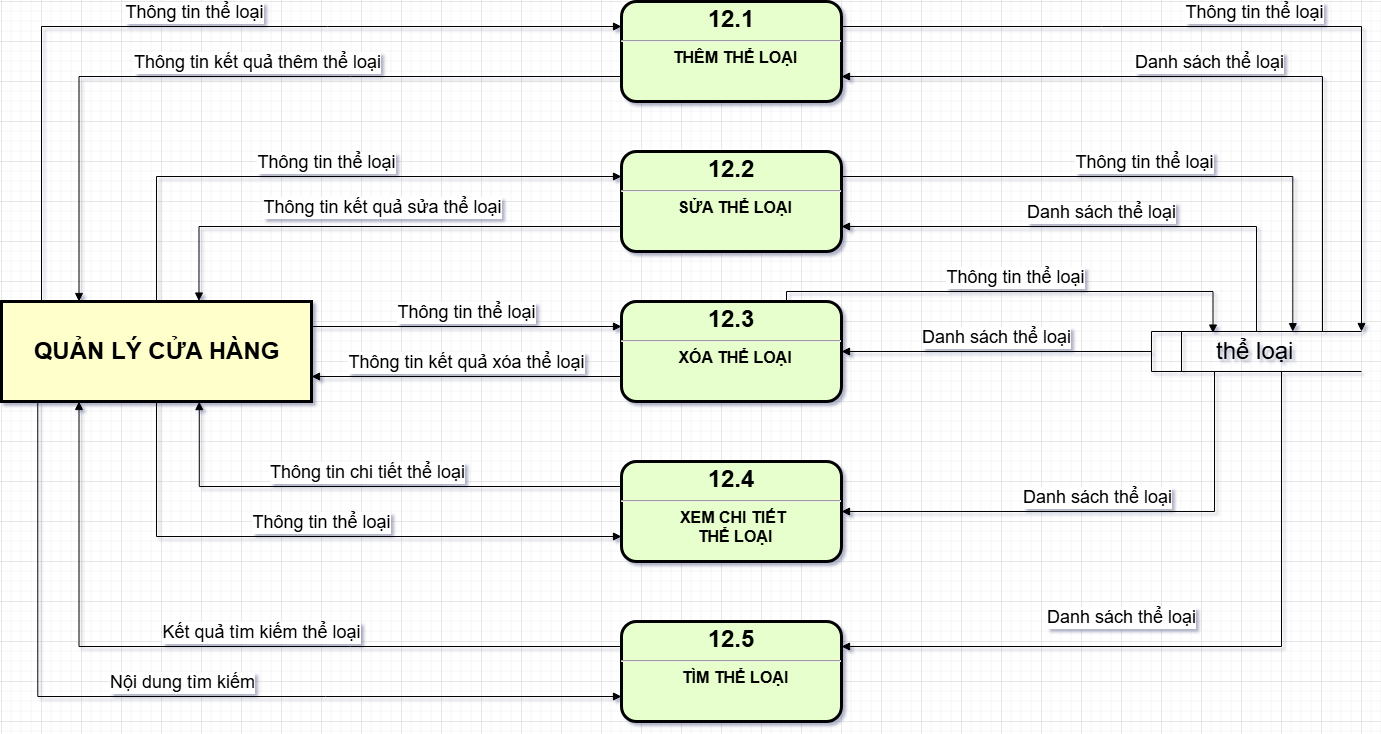
Earlier version of the draw.io export DFD/DFD_TL_2.drawio.png (phanvu1/PTTKHTTT). Source tidied: cells renumbered, new cells last; positions are measured from the earlier drawing's top-left corner, leaving out a move shared by most shapes.
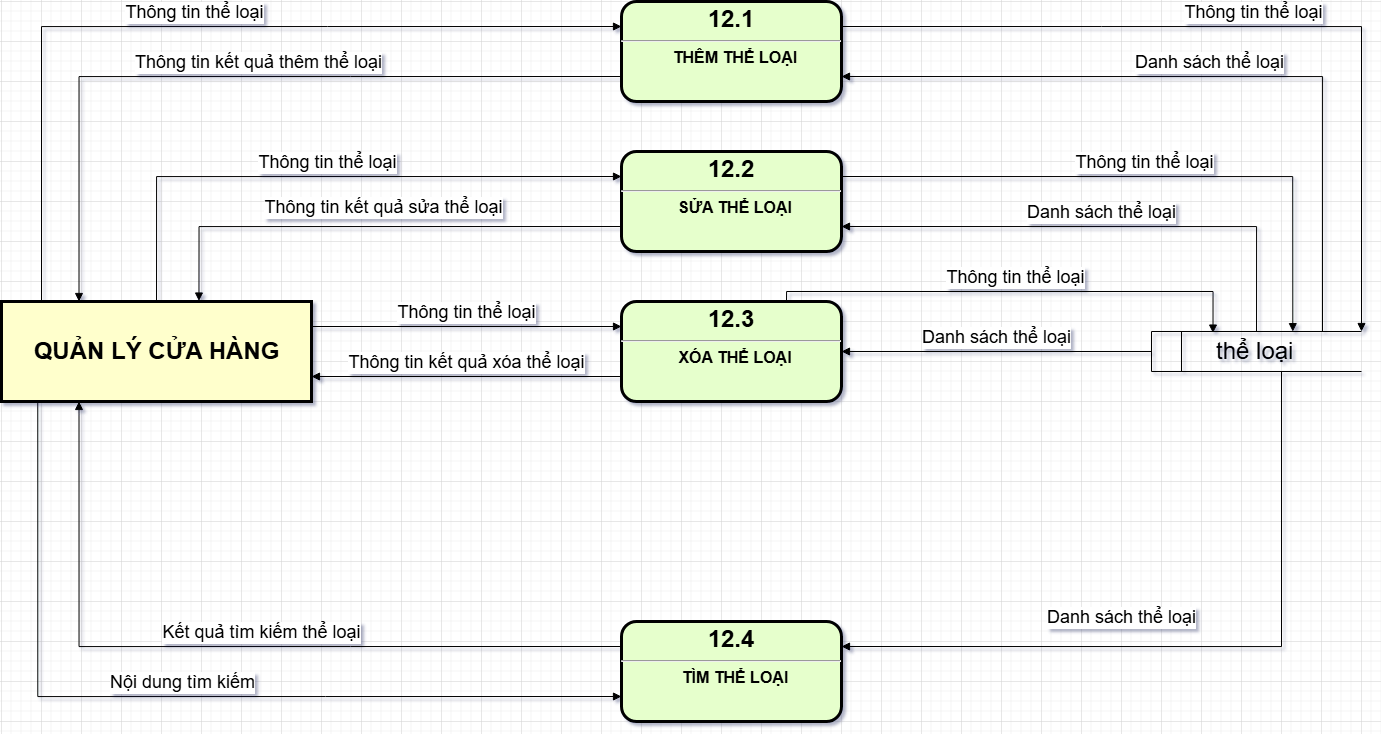
Later version of the same file.

What changed in the source:
```diff
@@ -34,10 +34,7 @@
     <mxCell id="10" value="&lt;p style=&quot;margin: 4px 0px 0px; text-align: center;&quot;&gt;&lt;span style=&quot;font-size: 24px;&quot;&gt;12.3&lt;/span&gt;&lt;/p&gt;&lt;hr&gt;&lt;p style=&quot;margin: 0px; margin-left: 8px;&quot;&gt;&lt;font size=&quot;3&quot;&gt;XÓA THỂ LOẠI&lt;/font&gt;&lt;/p&gt;" style="verticalAlign=middle;align=center;overflow=fill;fontSize=12;fontFamily=Helvetica;html=1;rounded=1;fontStyle=1;strokeWidth=3;fillColor=#E6FFCC;" parent="1" vertex="1">
       <mxGeometry x="620" y="300" width="220" height="100" as="geometry" />
     </mxCell>
-    <mxCell id="11" value="&lt;p style=&quot;margin: 4px 0px 0px; text-align: center;&quot;&gt;&lt;span style=&quot;font-size: 24px;&quot;&gt;12.4&lt;/span&gt;&lt;/p&gt;&lt;hr&gt;&lt;p style=&quot;margin: 0px; margin-left: 8px;&quot;&gt;&lt;font size=&quot;3&quot;&gt;XEM CHI TIẾT&amp;nbsp;&lt;/font&gt;&lt;/p&gt;&lt;p style=&quot;margin: 0px; margin-left: 8px;&quot;&gt;&lt;font size=&quot;3&quot;&gt;THỂ LOẠI&lt;/font&gt;&lt;/p&gt;" style="verticalAlign=middle;align=center;overflow=fill;fontSize=12;fontFamily=Helvetica;html=1;rounded=1;fontStyle=1;strokeWidth=3;fillColor=#E6FFCC;" parent="1" vertex="1">
-      <mxGeometry x="620" y="460" width="220" height="100" as="geometry" />
-    </mxCell>
-    <mxCell id="12" value="&lt;p style=&quot;margin: 4px 0px 0px; text-align: center;&quot;&gt;&lt;span style=&quot;font-size: 24px;&quot;&gt;12.5&lt;/span&gt;&lt;/p&gt;&lt;hr&gt;&lt;p style=&quot;margin: 0px; margin-left: 8px;&quot;&gt;&lt;font size=&quot;3&quot;&gt;TÌM THỂ LOẠI&lt;/font&gt;&lt;/p&gt;" style="verticalAlign=middle;align=center;overflow=fill;fontSize=12;fontFamily=Helvetica;html=1;rounded=1;fontStyle=1;strokeWidth=3;fillColor=#E6FFCC;" parent="1" vertex="1">
+    <mxCell id="12" value="&lt;p style=&quot;margin: 4px 0px 0px; text-align: center;&quot;&gt;&lt;span style=&quot;font-size: 24px;&quot;&gt;12.4&lt;/span&gt;&lt;/p&gt;&lt;hr&gt;&lt;p style=&quot;margin: 0px; margin-left: 8px;&quot;&gt;&lt;font size=&quot;3&quot;&gt;TÌM THỂ LOẠI&lt;/font&gt;&lt;/p&gt;" style="verticalAlign=middle;align=center;overflow=fill;fontSize=12;fontFamily=Helvetica;html=1;rounded=1;fontStyle=1;strokeWidth=3;fillColor=#E6FFCC;" parent="1" vertex="1">
       <mxGeometry x="620" y="620" width="220" height="100" as="geometry" />
     </mxCell>
     <mxCell id="13" value="&lt;font style=&quot;font-size: 18px;&quot;&gt;Thông tin thể loại&lt;/font&gt;" style="html=1;verticalAlign=bottom;endArrow=block;rounded=0;entryX=0;entryY=0.25;entryDx=0;entryDy=0;exitX=0.5;exitY=0;exitDx=0;exitDy=0;edgeStyle=orthogonalEdgeStyle;" parent="1" edge="1" source="4" target="9">
@@ -52,12 +49,6 @@
     <mxCell id="16" value="&lt;font style=&quot;font-size: 18px;&quot;&gt;Thông tin kết quả xóa thể loại&lt;/font&gt;" style="html=1;verticalAlign=bottom;endArrow=block;curved=0;rounded=0;entryX=1;entryY=0.75;entryDx=0;entryDy=0;exitX=0;exitY=0.75;exitDx=0;exitDy=0;" parent="1" edge="1" source="10" target="4">
       <mxGeometry relative="1" as="geometry" />
     </mxCell>
-    <mxCell id="17" value="&lt;font style=&quot;font-size: 18px;&quot;&gt;Thông tin thể loại&lt;/font&gt;" style="html=1;verticalAlign=bottom;endArrow=block;rounded=0;exitX=0.5;exitY=1;exitDx=0;exitDy=0;entryX=0;entryY=0.75;entryDx=0;entryDy=0;edgeStyle=orthogonalEdgeStyle;" parent="1" edge="1" source="4" target="11">
-      <mxGeometry relative="1" as="geometry" />
-    </mxCell>
-    <mxCell id="18" value="&lt;font style=&quot;font-size: 18px;&quot;&gt;Thông tin chi tiết thể loại&lt;/font&gt;" style="html=1;verticalAlign=bottom;endArrow=block;rounded=0;entryX=0.638;entryY=1.001;entryDx=0;entryDy=0;entryPerimeter=0;exitX=0;exitY=0.25;exitDx=0;exitDy=0;edgeStyle=orthogonalEdgeStyle;" parent="1" edge="1" source="11" target="4">
-      <mxGeometry relative="1" as="geometry" />
-    </mxCell>
     <mxCell id="19" value="&lt;font style=&quot;font-size: 18px;&quot;&gt;Kết quả tìm kiếm thể loại&lt;/font&gt;" style="html=1;verticalAlign=bottom;endArrow=block;rounded=0;entryX=0.25;entryY=1;entryDx=0;entryDy=0;exitX=0;exitY=0.25;exitDx=0;exitDy=0;edgeStyle=orthogonalEdgeStyle;" parent="1" edge="1" source="12" target="4">
       <mxGeometry x="-0.09" relative="1" as="geometry" />
     </mxCell>
@@ -96,14 +87,6 @@
     <mxCell id="26" value="&lt;span style=&quot;font-size: 18px;&quot;&gt;Danh sách thể loại&lt;/span&gt;" style="html=1;verticalAlign=bottom;endArrow=block;curved=0;rounded=0;entryX=1;entryY=0.5;entryDx=0;entryDy=0;exitX=0;exitY=0.5;exitDx=0;exitDy=0;" parent="1" edge="1" source="6" target="10">
       <mxGeometry relative="1" as="geometry" />
     </mxCell>
-    <mxCell id="27" value="&lt;span style=&quot;font-size: 18px;&quot;&gt;Danh sách thể loại&lt;/span&gt;" style="html=1;verticalAlign=bottom;endArrow=block;rounded=0;entryX=1;entryY=0.5;entryDx=0;entryDy=0;edgeStyle=orthogonalEdgeStyle;" parent="1" edge="1" target="11">
-      <mxGeometry relative="1" as="geometry">
-        <mxPoint x="1213" y="370" as="sourcePoint" />
-        <Array as="points">
-          <mxPoint x="1213" y="510" />
-        </Array>
-      </mxGeometry>
-    </mxCell>
     <mxCell id="28" value="&lt;span style=&quot;font-size: 18px;&quot;&gt;Danh sách thể loại&lt;/span&gt;" style="html=1;verticalAlign=bottom;endArrow=block;rounded=0;entryX=1;entryY=0.25;entryDx=0;entryDy=0;edgeStyle=orthogonalEdgeStyle;exitX=0.619;exitY=1;exitDx=0;exitDy=0;exitPerimeter=0;" parent="1" edge="1" source="6" target="12">
       <mxGeometry x="0.22" y="-15" relative="1" as="geometry">
         <Array as="points">
```
